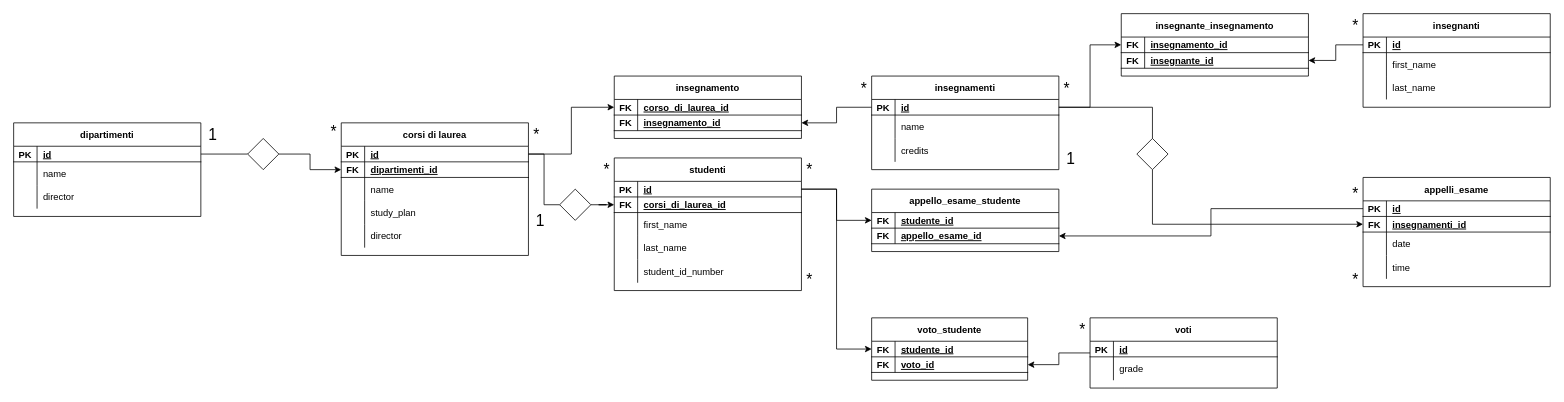
Before: Untitled Diagram.drawio in marcodeiulio/db-university, a draw.io diagram. Source tidied: cells renumbered, new cells numbered last; positions are measured from the earlier drawing's top-left corner, leaving out a move shared by most shapes. Both pictures are drawn from the tidied source at 78%, with x=0, y=0 at pixel (13, 13).
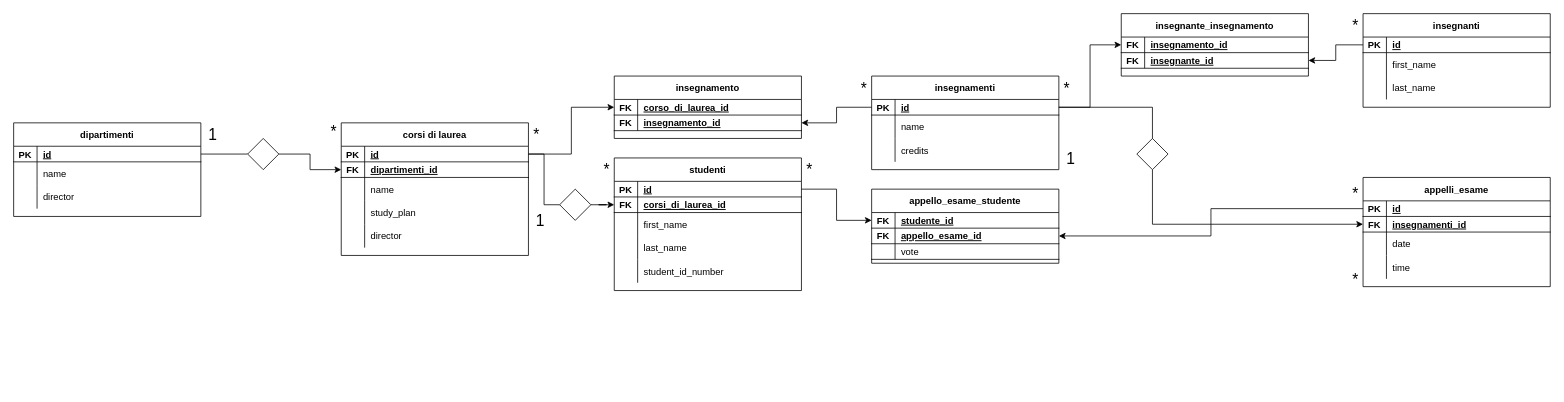
Above is the later version.

The change refers to these unchanged cells:
```xml
<mxCell id="82" style="shape=partialRectangle;fillColor=none;points=[[0,0.5],[1,0.5]];portConstraint=eastwest;top=0;left=0;right=0;bottom=1;" parent="81" vertex="1">
  <mxGeometry y="30" width="240" height="20" as="geometry" />
</mxCell>
```

Diff of the diagram source:
```diff
@@
     <mxCell id="98" value="appello_esame_studente" style="shape=table;startSize=30;childLayout=tableLayout;rowLines=0;fontStyle=1;align=center;" parent="1" vertex="1">
-      <mxGeometry x="1100" y="225" width="240" height="80" as="geometry" />
+      <mxGeometry x="1100" y="225" width="240" height="95" as="geometry" />
     </mxCell>
@@
+    <mxCell id="143" style="shape=partialRectangle;fillColor=none;top=0;left=0;right=0;bottom=1;" parent="98" vertex="1">
+      <mxGeometry y="70" width="240" height="20" as="geometry" />
+    </mxCell>
+    <mxCell id="144" style="shape=partialRectangle;overflow=hidden;fillColor=none;top=0;left=0;bottom=0;right=0;fontStyle=1;" parent="143" vertex="1">
+      <mxGeometry width="30" height="20" as="geometry" />
+    </mxCell>
+    <mxCell id="145" value="vote" style="shape=partialRectangle;overflow=hidden;fillColor=none;top=0;left=0;bottom=0;right=0;align=left;spacingLeft=6;fontStyle=0;" parent="143" vertex="1">
+      <mxGeometry x="30" width="210" height="20" as="geometry" />
+    </mxCell>
@@
-    <mxCell id="112" style="edgeStyle=orthogonalEdgeStyle;rounded=0;jettySize=auto;html=1;entryX=1;entryY=0.5;entryDx=0;entryDy=0;fontSize=20;" parent="1" edge="1" source="113" target="137">
-      <mxGeometry relative="1" as="geometry" />
-    </mxCell>
-    <mxCell id="113" value="voti" style="shape=table;startSize=30;childLayout=tableLayout;rowLines=0;fontStyle=1;align=center;" parent="1" vertex="1">
-      <mxGeometry x="1380" y="390" width="240" height="90" as="geometry" />
-    </mxCell>
-    <mxCell id="114" style="shape=partialRectangle;fillColor=none;top=0;left=0;right=0;bottom=1;" parent="113" vertex="1">
-      <mxGeometry y="30" width="240" height="20" as="geometry" />
-    </mxCell>
-    <mxCell id="115" value="PK" style="shape=partialRectangle;overflow=hidden;fillColor=none;top=0;left=0;bottom=0;right=0;fontStyle=1;" parent="114" vertex="1">
-      <mxGeometry width="30" height="20" as="geometry" />
-    </mxCell>
-    <mxCell id="116" value="id " style="shape=partialRectangle;overflow=hidden;fillColor=none;top=0;left=0;bottom=0;right=0;align=left;spacingLeft=6;fontStyle=5;" parent="114" vertex="1">
-      <mxGeometry x="30" width="210" height="20" as="geometry" />
-    </mxCell>
-    <mxCell id="117" style="shape=partialRectangle;fillColor=none;top=0;left=0;right=0;bottom=0;" parent="113" vertex="1">
-      <mxGeometry y="50" width="240" height="30" as="geometry" />
-    </mxCell>
-    <mxCell id="118" style="shape=partialRectangle;overflow=hidden;fillColor=none;top=0;left=0;bottom=0;right=0;" parent="117" vertex="1">
-      <mxGeometry width="30" height="30" as="geometry" />
-    </mxCell>
-    <mxCell id="119" value="grade" style="shape=partialRectangle;overflow=hidden;fillColor=none;top=0;left=0;bottom=0;right=0;align=left;spacingLeft=6;" parent="117" vertex="1">
-      <mxGeometry x="30" width="210" height="30" as="geometry" />
-    </mxCell>
@@
-    <mxCell id="133" value="voto_studente" style="shape=table;startSize=30;childLayout=tableLayout;rowLines=0;fontStyle=1;align=center;" parent="1" vertex="1">
-      <mxGeometry x="1100" y="390" width="200" height="80" as="geometry" />
-    </mxCell>
-    <mxCell id="134" style="shape=partialRectangle;fillColor=none;points=[[0,0.5],[1,0.5]];portConstraint=eastwest;top=0;left=0;right=0;bottom=1;" parent="133" vertex="1">
-      <mxGeometry y="30" width="200" height="20" as="geometry" />
-    </mxCell>
-    <mxCell id="135" value="FK" style="shape=partialRectangle;overflow=hidden;fillColor=none;top=0;left=0;bottom=0;right=0;fontStyle=1;" parent="134" vertex="1">
-      <mxGeometry width="30" height="20" as="geometry" />
-    </mxCell>
-    <mxCell id="136" value="studente_id" style="shape=partialRectangle;overflow=hidden;fillColor=none;top=0;left=0;bottom=0;right=0;align=left;spacingLeft=6;fontStyle=5;" parent="134" vertex="1">
-      <mxGeometry x="30" width="170" height="20" as="geometry" />
-    </mxCell>
-    <mxCell id="137" style="shape=partialRectangle;fillColor=none;points=[[0,0.5],[1,0.5]];portConstraint=eastwest;top=0;left=0;right=0;bottom=1;" parent="133" vertex="1">
-      <mxGeometry y="50" width="200" height="20" as="geometry" />
-    </mxCell>
-    <mxCell id="138" value="FK" style="shape=partialRectangle;overflow=hidden;fillColor=none;top=0;left=0;bottom=0;right=0;fontStyle=1;" parent="137" vertex="1">
-      <mxGeometry width="30" height="20" as="geometry" />
-    </mxCell>
-    <mxCell id="139" value="voto_id" style="shape=partialRectangle;overflow=hidden;fillColor=none;top=0;left=0;bottom=0;right=0;align=left;spacingLeft=6;fontStyle=5;" parent="137" vertex="1">
-      <mxGeometry x="30" width="170" height="20" as="geometry" />
-    </mxCell>
-    <mxCell id="140" style="edgeStyle=orthogonalEdgeStyle;rounded=0;jettySize=auto;html=1;entryX=0;entryY=0.5;entryDx=0;entryDy=0;fontSize=20;" parent="1" edge="1" source="82" target="134">
-      <mxGeometry relative="1" as="geometry" />
-    </mxCell>
-    <mxCell id="141" value="*" style="text;html=1;align=center;verticalAlign=middle;strokeColor=none;fillColor=none;fontSize=20;" parent="1" vertex="1">
-      <mxGeometry x="1010" y="325" width="20" height="30" as="geometry" />
-    </mxCell>
-    <mxCell id="142" value="*" style="text;html=1;align=center;verticalAlign=middle;strokeColor=none;fillColor=none;fontSize=20;" parent="1" vertex="1">
-      <mxGeometry x="1360" y="390" width="20" height="30" as="geometry" />
-    </mxCell>
```
